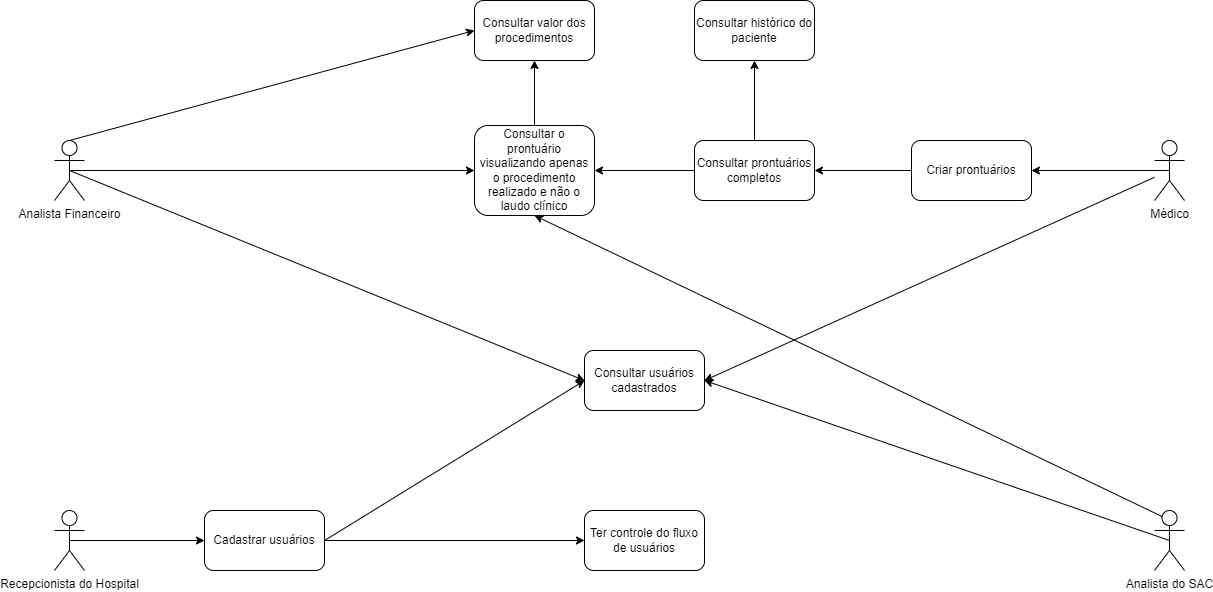
Earlier version of the draw.io export docs/img/diagrama_prontuário.png (ICEI-PUC-Minas-PMV-ADS/pmv-ads-2023-1-e2-proj-int-t3-pmv-ads-2023-1-e3-proj-int-t3-time4-pec). Source tidied: cells renumbered, new cells last; positions are measured from the earlier drawing's top-left corner, leaving out a move shared by most shapes. Source of this version:
```xml
<mxGraphModel>
  <root>
    <mxCell id="0" />
    <mxCell id="1" parent="0" />
    <mxCell id="2" style="edgeStyle=orthogonalEdgeStyle;rounded=1;jettySize=auto;html=1;exitX=0.5;exitY=0.5;exitDx=0;exitDy=0;exitPerimeter=0;entryX=0;entryY=0.5;entryDx=0;entryDy=0;" parent="1" edge="1" source="3" target="16">
      <mxGeometry relative="1" as="geometry" />
    </mxCell>
    <mxCell id="3" value="Recepcionista do Hospital" style="shape=umlActor;verticalLabelPosition=bottom;verticalAlign=top;html=1;outlineConnect=0;rounded=1;" parent="1" vertex="1">
      <mxGeometry y="510" width="30" height="60" as="geometry" />
    </mxCell>
    <mxCell id="4" style="edgeStyle=orthogonalEdgeStyle;rounded=1;jettySize=auto;html=1;exitX=0.5;exitY=0.5;exitDx=0;exitDy=0;exitPerimeter=0;entryX=1;entryY=0.5;entryDx=0;entryDy=0;" parent="1" edge="1" source="6" target="19">
      <mxGeometry relative="1" as="geometry" />
    </mxCell>
    <mxCell id="5" style="rounded=1;jettySize=auto;html=1;entryX=1;entryY=0.5;entryDx=0;entryDy=0;" parent="1" edge="1" source="6" target="17">
      <mxGeometry relative="1" as="geometry" />
    </mxCell>
    <mxCell id="6" value="Médico" style="shape=umlActor;verticalLabelPosition=bottom;verticalAlign=top;html=1;outlineConnect=0;rounded=1;" parent="1" vertex="1">
      <mxGeometry x="1100" y="140" width="30" height="60" as="geometry" />
    </mxCell>
    <mxCell id="7" style="edgeStyle=none;rounded=1;jettySize=auto;html=1;exitX=0.5;exitY=0.5;exitDx=0;exitDy=0;exitPerimeter=0;entryX=0;entryY=0.5;entryDx=0;entryDy=0;" parent="1" edge="1" source="10" target="17">
      <mxGeometry relative="1" as="geometry" />
    </mxCell>
    <mxCell id="8" style="edgeStyle=none;rounded=1;jettySize=auto;html=1;exitX=0.5;exitY=0.5;exitDx=0;exitDy=0;exitPerimeter=0;entryX=0;entryY=0.5;entryDx=0;entryDy=0;" parent="1" edge="1" source="10" target="24">
      <mxGeometry relative="1" as="geometry" />
    </mxCell>
    <mxCell id="9" style="edgeStyle=none;rounded=1;jettySize=auto;html=1;exitX=0.5;exitY=0;exitDx=0;exitDy=0;exitPerimeter=0;entryX=0;entryY=0.5;entryDx=0;entryDy=0;" parent="1" edge="1" source="10">
      <mxGeometry relative="1" as="geometry">
        <mxPoint x="420" y="30" as="targetPoint" />
      </mxGeometry>
    </mxCell>
    <mxCell id="10" value="Analista Financeiro" style="shape=umlActor;verticalLabelPosition=bottom;verticalAlign=top;html=1;outlineConnect=0;rounded=1;" parent="1" vertex="1">
      <mxGeometry y="140" width="30" height="60" as="geometry" />
    </mxCell>
    <mxCell id="11" style="edgeStyle=none;rounded=1;jettySize=auto;html=1;exitX=0.5;exitY=0.5;exitDx=0;exitDy=0;exitPerimeter=0;entryX=1;entryY=0.5;entryDx=0;entryDy=0;" parent="1" edge="1" source="13" target="17">
      <mxGeometry relative="1" as="geometry" />
    </mxCell>
    <mxCell id="12" style="edgeStyle=none;rounded=1;jettySize=auto;html=1;exitX=0.25;exitY=0.1;exitDx=0;exitDy=0;exitPerimeter=0;entryX=0.5;entryY=1;entryDx=0;entryDy=0;" parent="1" edge="1" source="13" target="24">
      <mxGeometry relative="1" as="geometry" />
    </mxCell>
    <mxCell id="13" value="Analista do SAC" style="shape=umlActor;verticalLabelPosition=bottom;verticalAlign=top;html=1;outlineConnect=0;rounded=1;" parent="1" vertex="1">
      <mxGeometry x="1100" y="510" width="30" height="60" as="geometry" />
    </mxCell>
    <mxCell id="14" style="edgeStyle=none;rounded=1;jettySize=auto;html=1;exitX=1;exitY=0.5;exitDx=0;exitDy=0;" parent="1" edge="1" source="16">
      <mxGeometry relative="1" as="geometry">
        <mxPoint x="530" y="380" as="targetPoint" />
      </mxGeometry>
    </mxCell>
    <mxCell id="15" style="edgeStyle=none;rounded=1;jettySize=auto;html=1;exitX=1;exitY=0.5;exitDx=0;exitDy=0;" parent="1" edge="1" source="16" target="25">
      <mxGeometry relative="1" as="geometry" />
    </mxCell>
    <mxCell id="16" value="Cadastrar usuários" style="rounded=1;whiteSpace=wrap;html=1;" parent="1" vertex="1">
      <mxGeometry x="150" y="510" width="120" height="60" as="geometry" />
    </mxCell>
    <mxCell id="17" value="Consultar usuários cadastrados" style="rounded=1;whiteSpace=wrap;html=1;" parent="1" vertex="1">
      <mxGeometry x="530" y="350" width="120" height="60" as="geometry" />
    </mxCell>
    <mxCell id="18" style="edgeStyle=orthogonalEdgeStyle;rounded=1;jettySize=auto;html=1;exitX=0;exitY=0.5;exitDx=0;exitDy=0;" parent="1" edge="1" source="19" target="22">
      <mxGeometry relative="1" as="geometry" />
    </mxCell>
    <mxCell id="19" value="Criar prontuários" style="rounded=1;whiteSpace=wrap;html=1;" parent="1" vertex="1">
      <mxGeometry x="857" y="140" width="120" height="60" as="geometry" />
    </mxCell>
    <mxCell id="20" style="edgeStyle=none;rounded=1;jettySize=auto;html=1;exitX=0;exitY=0.5;exitDx=0;exitDy=0;entryX=1;entryY=0.5;entryDx=0;entryDy=0;" parent="1" edge="1" source="22" target="24">
      <mxGeometry relative="1" as="geometry" />
    </mxCell>
    <mxCell id="21" style="edgeStyle=none;rounded=1;jettySize=auto;html=1;exitX=0.5;exitY=0;exitDx=0;exitDy=0;" parent="1" edge="1" source="22">
      <mxGeometry relative="1" as="geometry">
        <mxPoint x="700" y="60" as="targetPoint" />
      </mxGeometry>
    </mxCell>
    <mxCell id="22" value="Consultar prontuários completos" style="rounded=1;whiteSpace=wrap;html=1;" parent="1" vertex="1">
      <mxGeometry x="640" y="140" width="120" height="60" as="geometry" />
    </mxCell>
    <mxCell id="23" style="edgeStyle=none;rounded=1;jettySize=auto;html=1;exitX=0.5;exitY=0;exitDx=0;exitDy=0;entryX=0.5;entryY=1;entryDx=0;entryDy=0;" parent="1" edge="1" source="24">
      <mxGeometry relative="1" as="geometry">
        <mxPoint x="480" y="60" as="targetPoint" />
      </mxGeometry>
    </mxCell>
    <mxCell id="24" value="Consultar o prontuário visualizando apenas o procedimento realizado e não o laudo clínico" style="rounded=1;whiteSpace=wrap;html=1;" parent="1" vertex="1">
      <mxGeometry x="420" y="125" width="120" height="90" as="geometry" />
    </mxCell>
    <mxCell id="25" value="Ter controle do fluxo de usuários" style="rounded=1;whiteSpace=wrap;html=1;" parent="1" vertex="1">
      <mxGeometry x="530" y="510" width="120" height="60" as="geometry" />
    </mxCell>
    <mxCell id="26" value="Consultar valor dos procedimentos" style="rounded=1;whiteSpace=wrap;html=1;" parent="1" vertex="1">
      <mxGeometry x="420" width="120" height="60" as="geometry" />
    </mxCell>
    <mxCell id="27" value="Consultar histórico do paciente" style="rounded=1;whiteSpace=wrap;html=1;" parent="1" vertex="1">
      <mxGeometry x="640" width="120" height="60" as="geometry" />
    </mxCell>
  </root>
</mxGraphModel>
```
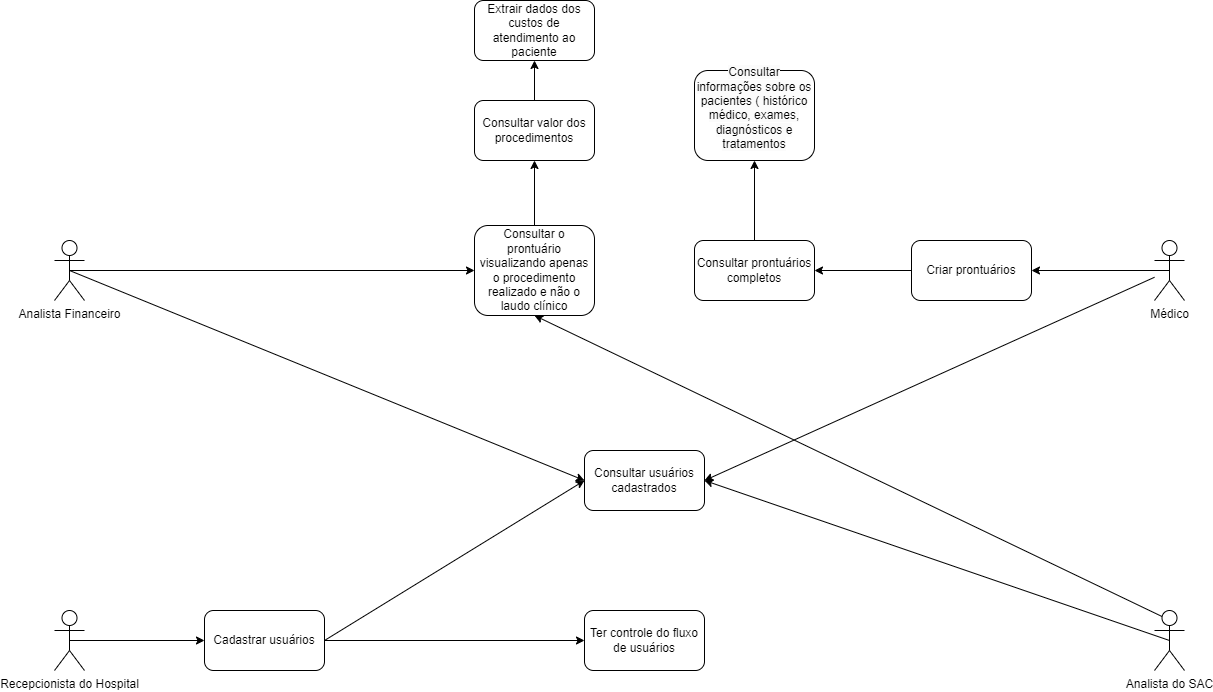
The same file after the commit.

The edit, as a diff of the source:
```diff
@@ -23,11 +23,6 @@
     <mxCell id="8" style="edgeStyle=none;rounded=1;jettySize=auto;html=1;exitX=0.5;exitY=0.5;exitDx=0;exitDy=0;exitPerimeter=0;entryX=0;entryY=0.5;entryDx=0;entryDy=0;" parent="1" edge="1" source="10" target="24">
       <mxGeometry relative="1" as="geometry" />
     </mxCell>
-    <mxCell id="9" style="edgeStyle=none;rounded=1;jettySize=auto;html=1;exitX=0.5;exitY=0;exitDx=0;exitDy=0;exitPerimeter=0;entryX=0;entryY=0.5;entryDx=0;entryDy=0;" parent="1" edge="1" source="10">
-      <mxGeometry relative="1" as="geometry">
-        <mxPoint x="420" y="30" as="targetPoint" />
-      </mxGeometry>
-    </mxCell>
     <mxCell id="10" value="Analista Financeiro" style="shape=umlActor;verticalLabelPosition=bottom;verticalAlign=top;html=1;outlineConnect=0;rounded=1;" parent="1" vertex="1">
       <mxGeometry y="140" width="30" height="60" as="geometry" />
     </mxCell>
@@ -60,9 +55,6 @@
     <mxCell id="19" value="Criar prontuários" style="rounded=1;whiteSpace=wrap;html=1;" parent="1" vertex="1">
       <mxGeometry x="857" y="140" width="120" height="60" as="geometry" />
     </mxCell>
-    <mxCell id="20" style="edgeStyle=none;rounded=1;jettySize=auto;html=1;exitX=0;exitY=0.5;exitDx=0;exitDy=0;entryX=1;entryY=0.5;entryDx=0;entryDy=0;" parent="1" edge="1" source="22" target="24">
-      <mxGeometry relative="1" as="geometry" />
-    </mxCell>
     <mxCell id="21" style="edgeStyle=none;rounded=1;jettySize=auto;html=1;exitX=0.5;exitY=0;exitDx=0;exitDy=0;" parent="1" edge="1" source="22">
       <mxGeometry relative="1" as="geometry">
         <mxPoint x="700" y="60" as="targetPoint" />
@@ -82,11 +74,17 @@
     <mxCell id="25" value="Ter controle do fluxo de usuários" style="rounded=1;whiteSpace=wrap;html=1;" parent="1" vertex="1">
       <mxGeometry x="530" y="510" width="120" height="60" as="geometry" />
     </mxCell>
+    <mxCell id="28" style="edgeStyle=orthogonalEdgeStyle;rounded=0;jettySize=auto;html=1;exitX=0.5;exitY=0;exitDx=0;exitDy=0;entryX=0.5;entryY=1;entryDx=0;entryDy=0;" parent="1" edge="1" source="26" target="29">
+      <mxGeometry relative="1" as="geometry" />
+    </mxCell>
     <mxCell id="26" value="Consultar valor dos procedimentos" style="rounded=1;whiteSpace=wrap;html=1;" parent="1" vertex="1">
       <mxGeometry x="420" width="120" height="60" as="geometry" />
     </mxCell>
-    <mxCell id="27" value="Consultar histórico do paciente" style="rounded=1;whiteSpace=wrap;html=1;" parent="1" vertex="1">
-      <mxGeometry x="640" width="120" height="60" as="geometry" />
-    </mxCell>
+    <mxCell id="29" value="Extrair dados dos custos de atendimento ao paciente" style="rounded=1;whiteSpace=wrap;html=1;" parent="1" vertex="1">
+      <mxGeometry x="420" y="-100" width="120" height="60" as="geometry" />
+    </mxCell>
+    <mxCell id="30" value="&#10;&lt;span style=&quot;color: rgb(0, 0, 0); font-family: Helvetica; font-size: 12px; font-style: normal; font-variant-ligatures: normal; font-variant-caps: normal; font-weight: 400; letter-spacing: normal; orphans: 2; text-align: center; text-indent: 0px; text-transform: none; widows: 2; word-spacing: 0px; -webkit-text-stroke-width: 0px; background-color: rgb(251, 251, 251); text-decoration-thickness: initial; text-decoration-style: initial; text-decoration-color: initial; float: none; display: inline !important;&quot;&gt;Consultar informações sobre os pacientes ( histórico médico, exames, diagnósticos e tratamentos&lt;/span&gt;&#10;&#10;" style="rounded=1;whiteSpace=wrap;html=1;" parent="1" vertex="1">
+      <mxGeometry x="640" y="-30" width="120" height="90" as="geometry" />
+    </mxCell>
   </root>
 </mxGraphModel>
```
